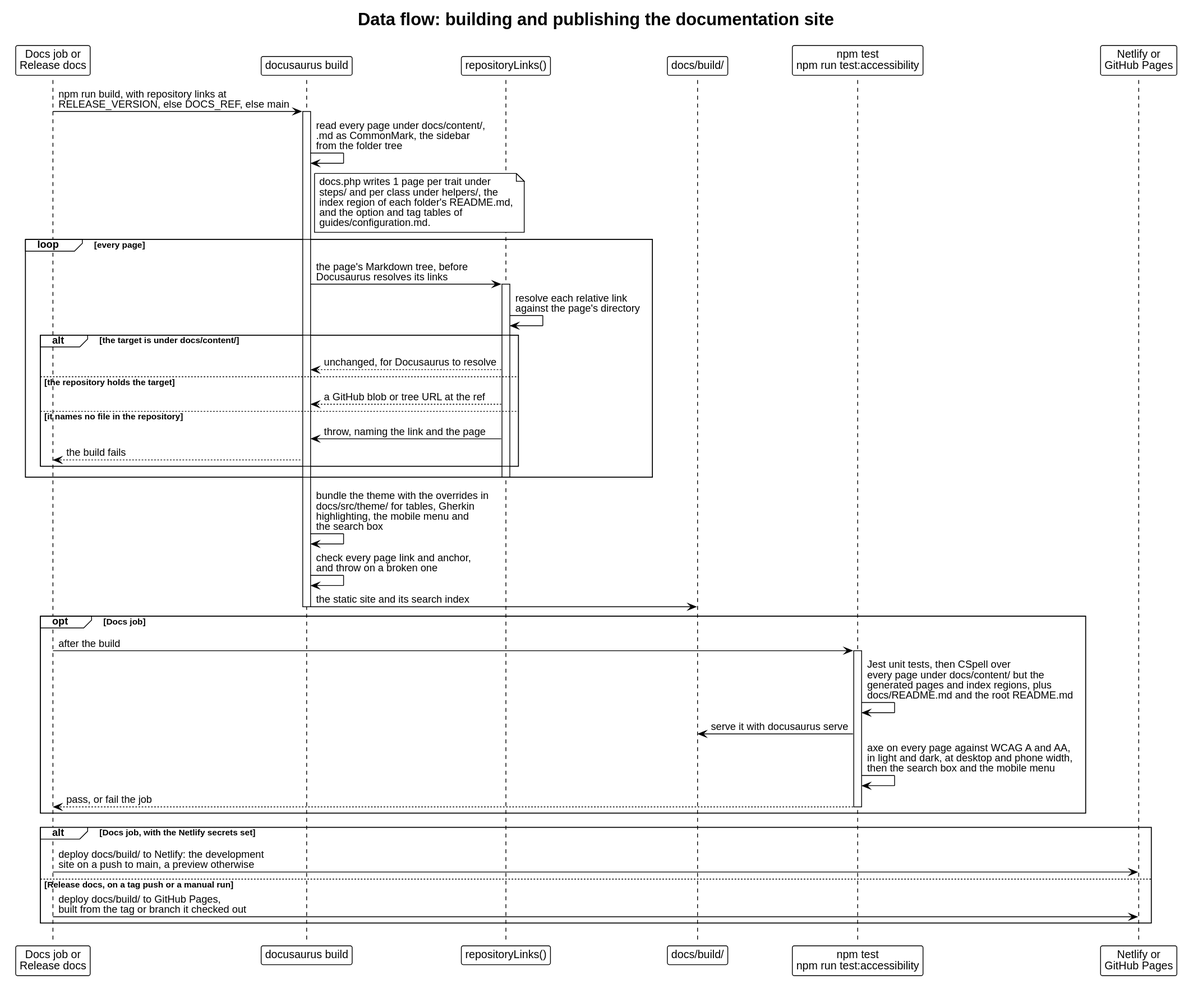
The PlantUML diagram docs/content/architecture/dataflow-docs-site.svg in drevops/behat-steps, before a commit.
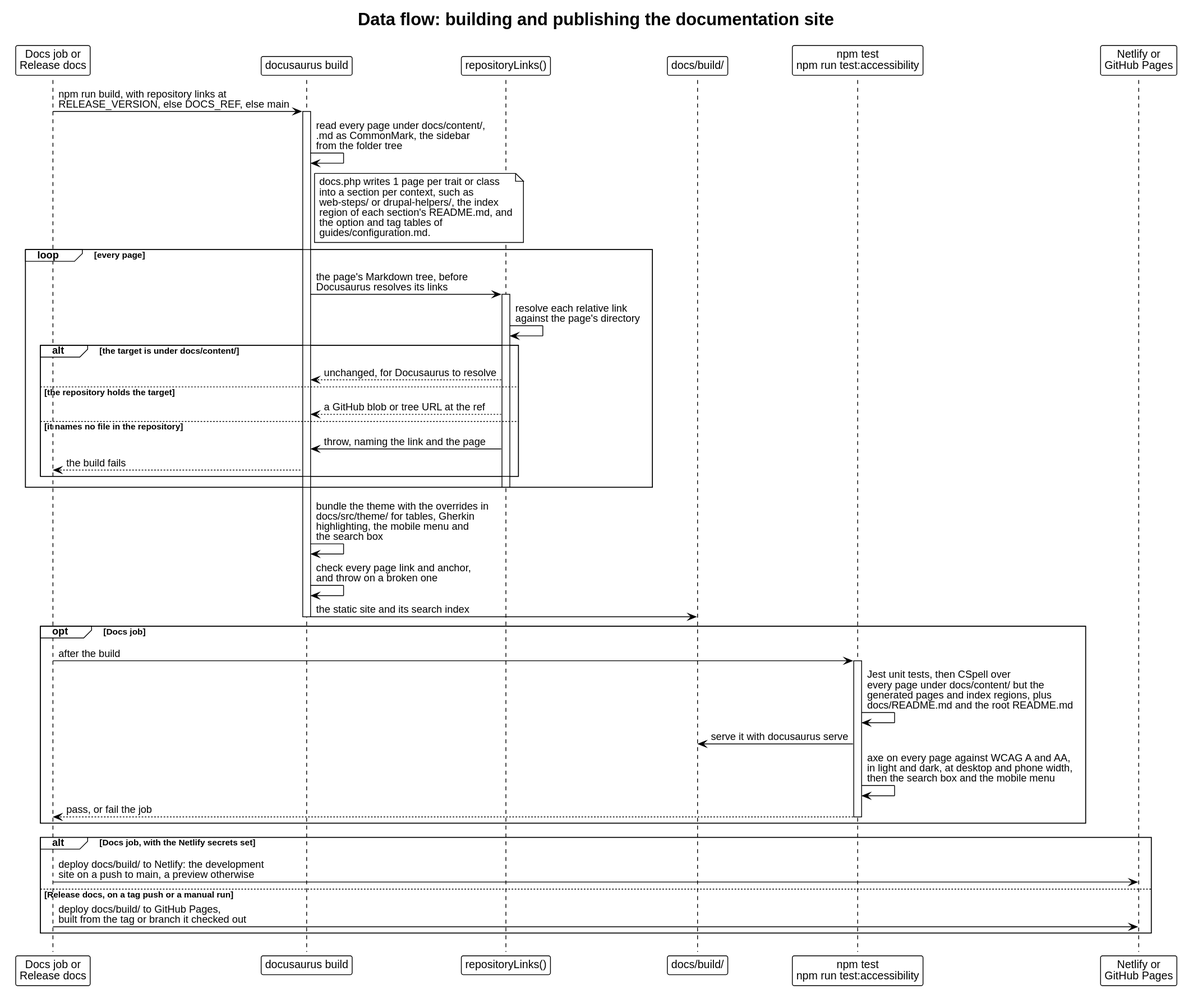
The same file after the commit.

What changed in the source:
```diff
@@ -16,10 +16,11 @@
 activate Build
 Build -> Build: read every page under docs/content/,\n.md as CommonMark, the sidebar\nfrom the folder tree
 note right of Build
-  docs.php writes 1 page per trait under
-  steps/ and per class under helpers/, the
-  index region of each folder's README.md,
-  and the option and tag tables of
+  docs.php writes 1 page per trait or class
+  into a section per context, such as
+  web-steps/ or drupal-helpers/, the index
+  region of each section's README.md, and
+  the option and tag tables of
   guides/configuration.md.
 end note
 
```
